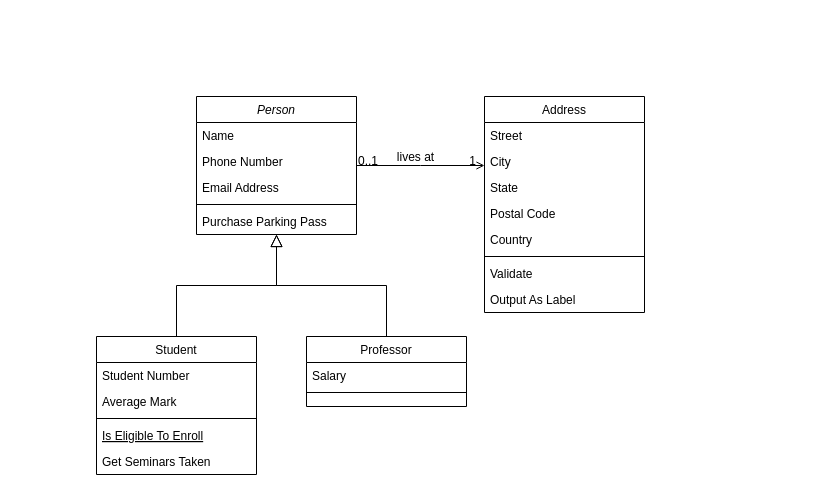
This is Class.drawio from HoHong123/MBS_MFF, a draw.io file, before an edit. Source tidied: cells renumbered, new cells numbered last; positions are measured from the earlier drawing's top-left corner, leaving out a move shared by most shapes. Both pictures are drawn from the tidied source at 100%, with x=0, y=0 at pixel (96, 96).
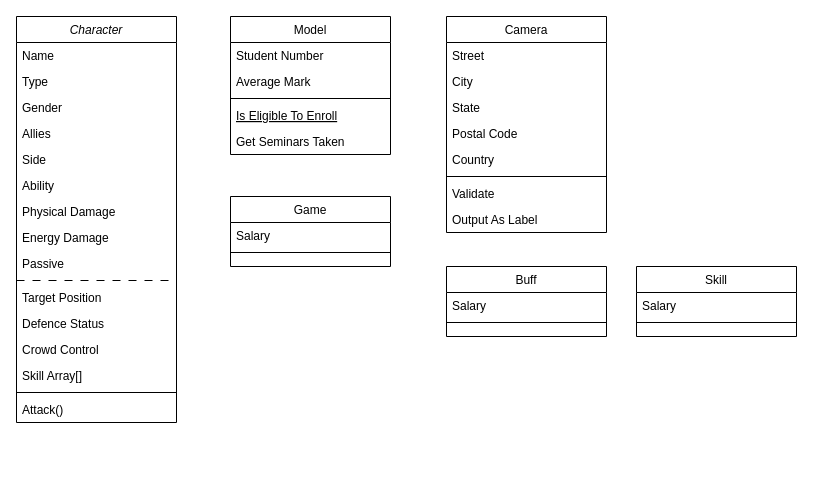
Above is the later version.

Change to the diagram source:
```diff
@@
-    <mxCell id="2" value="Person" style="swimlane;fontStyle=2;align=center;verticalAlign=top;horizontal=1;startSize=26;rounded=0;shadow=0;strokeWidth=1;" parent="1" vertex="1">
-      <mxGeometry x="100" width="160" height="138" as="geometry" />
+    <mxCell id="2" value="Character" style="swimlane;fontStyle=2;align=center;verticalAlign=top;horizontal=1;startSize=26;rounded=0;shadow=0;strokeWidth=1;" parent="1" vertex="1">
+      <mxGeometry x="-80" y="-80" width="160" height="406" as="geometry" />
     </mxCell>
@@
-    <mxCell id="4" value="Phone Number" style="text;align=left;verticalAlign=top;spacingLeft=4;spacingRight=4;overflow=hidden;rounded=0;shadow=0;html=0;" parent="2" vertex="1">
+    <mxCell id="4" value="Type" style="text;align=left;verticalAlign=top;spacingLeft=4;spacingRight=4;overflow=hidden;rounded=0;shadow=0;html=0;" parent="2" vertex="1">
       <mxGeometry y="52" width="160" height="26" as="geometry" />
     </mxCell>
-    <mxCell id="5" value="Email Address" style="text;align=left;verticalAlign=top;spacingLeft=4;spacingRight=4;overflow=hidden;rounded=0;shadow=0;html=0;" parent="2" vertex="1">
-      <mxGeometry y="78" width="160" height="26" as="geometry" />
-    </mxCell>
+    <mxCell id="32" value="Gender" style="text;align=left;verticalAlign=top;spacingLeft=4;spacingRight=4;overflow=hidden;rounded=0;shadow=0;html=0;" parent="2" vertex="1">
+      <mxGeometry y="78" width="160" height="26" as="geometry" />
+    </mxCell>
+    <mxCell id="33" value="Allies" style="text;align=left;verticalAlign=top;spacingLeft=4;spacingRight=4;overflow=hidden;rounded=0;shadow=0;html=0;" parent="2" vertex="1">
+      <mxGeometry y="104" width="160" height="26" as="geometry" />
+    </mxCell>
+    <mxCell id="34" value="Side" style="text;align=left;verticalAlign=top;spacingLeft=4;spacingRight=4;overflow=hidden;rounded=0;shadow=0;html=0;" parent="2" vertex="1">
+      <mxGeometry y="130" width="160" height="26" as="geometry" />
+    </mxCell>
+    <mxCell id="35" value="Ability" style="text;align=left;verticalAlign=top;spacingLeft=4;spacingRight=4;overflow=hidden;rounded=0;shadow=0;html=0;" parent="2" vertex="1">
+      <mxGeometry y="156" width="160" height="26" as="geometry" />
+    </mxCell>
+    <mxCell id="36" value="Physical Damage" style="text;align=left;verticalAlign=top;spacingLeft=4;spacingRight=4;overflow=hidden;" parent="2" vertex="1">
+      <mxGeometry y="182" width="160" height="26" as="geometry" />
+    </mxCell>
+    <mxCell id="37" value="Energy Damage" style="text;align=left;verticalAlign=top;spacingLeft=4;spacingRight=4;overflow=hidden;rounded=0;shadow=0;html=0;" parent="2" vertex="1">
+      <mxGeometry y="208" width="160" height="26" as="geometry" />
+    </mxCell>
+    <mxCell id="38" value="Passive" style="text;align=left;verticalAlign=top;spacingLeft=4;spacingRight=4;overflow=hidden;rounded=0;shadow=0;html=0;" parent="2" vertex="1">
+      <mxGeometry y="234" width="160" height="26" as="geometry" />
+    </mxCell>
-    <mxCell id="6" style="line;html=1;strokeWidth=1;align=left;verticalAlign=middle;spacingTop=-1;spacingLeft=3;spacingRight=3;labelPosition=right;" parent="2" vertex="1">
-      <mxGeometry y="104" width="160" height="8" as="geometry" />
+    <mxCell id="6" style="line;html=1;strokeWidth=1;align=left;verticalAlign=middle;spacingTop=-1;spacingLeft=3;spacingRight=3;labelPosition=right;dashed=1;dashPattern=8 8;" parent="2" vertex="1">
+      <mxGeometry y="260" width="160" height="8" as="geometry" />
     </mxCell>
-    <mxCell id="7" value="Purchase Parking Pass" style="text;align=left;verticalAlign=top;spacingLeft=4;spacingRight=4;overflow=hidden;" parent="2" vertex="1">
-      <mxGeometry y="112" width="160" height="26" as="geometry" />
-    </mxCell>
+    <mxCell id="39" value="Target Position" style="text;align=left;verticalAlign=top;spacingLeft=4;spacingRight=4;overflow=hidden;rounded=0;shadow=0;html=0;" parent="2" vertex="1">
+      <mxGeometry y="268" width="160" height="26" as="geometry" />
+    </mxCell>
+    <mxCell id="40" value="Defence Status" style="text;align=left;verticalAlign=top;spacingLeft=4;spacingRight=4;overflow=hidden;rounded=0;shadow=0;html=0;" parent="2" vertex="1">
+      <mxGeometry y="294" width="160" height="26" as="geometry" />
+    </mxCell>
+    <mxCell id="41" value="Crowd Control" style="text;align=left;verticalAlign=top;spacingLeft=4;spacingRight=4;overflow=hidden;" parent="2" vertex="1">
+      <mxGeometry y="320" width="160" height="26" as="geometry" />
+    </mxCell>
+    <mxCell id="42" value="Skill Array[]" style="text;align=left;verticalAlign=top;spacingLeft=4;spacingRight=4;overflow=hidden;rounded=0;shadow=0;html=0;" parent="2" vertex="1">
+      <mxGeometry y="346" width="160" height="26" as="geometry" />
+    </mxCell>
+    <mxCell id="43" style="line;html=1;strokeWidth=1;align=left;verticalAlign=middle;spacingTop=-1;spacingLeft=3;spacingRight=3;labelPosition=right;" parent="2" vertex="1">
+      <mxGeometry y="372" width="160" height="8" as="geometry" />
+    </mxCell>
+    <mxCell id="44" value="Attack()" style="text;align=left;verticalAlign=top;spacingLeft=4;spacingRight=4;overflow=hidden;rounded=0;shadow=0;html=0;" parent="2" vertex="1">
+      <mxGeometry y="380" width="160" height="26" as="geometry" />
+    </mxCell>
-    <mxCell id="8" value="Student" style="swimlane;fontStyle=0;align=center;verticalAlign=top;horizontal=1;startSize=26;rounded=0;shadow=0;strokeWidth=1;" parent="1" vertex="1">
-      <mxGeometry y="240" width="160" height="138" as="geometry" />
+    <mxCell id="8" value="Model" style="swimlane;fontStyle=0;align=center;verticalAlign=top;horizontal=1;startSize=26;rounded=0;shadow=0;strokeWidth=1;" parent="1" vertex="1">
+      <mxGeometry x="134" y="-80" width="160" height="138" as="geometry" />
     </mxCell>
@@
-    <mxCell id="14" style="endArrow=block;endSize=10;endFill=0;shadow=0;strokeWidth=1;rounded=0;edgeStyle=elbowEdgeStyle;elbow=vertical;" parent="1" edge="1" source="8" target="2">
-      <mxGeometry relative="1" as="geometry" />
-    </mxCell>
-    <mxCell id="15" value="Professor" style="swimlane;fontStyle=0;align=center;verticalAlign=top;horizontal=1;startSize=26;rounded=0;shadow=0;strokeWidth=1;" parent="1" vertex="1">
-      <mxGeometry x="210" y="240" width="160" height="70" as="geometry" />
+    <mxCell id="15" value="Game" style="swimlane;fontStyle=0;align=center;verticalAlign=top;horizontal=1;startSize=26;rounded=0;shadow=0;strokeWidth=1;" parent="1" vertex="1">
+      <mxGeometry x="134" y="100" width="160" height="70" as="geometry" />
     </mxCell>
@@
-    <mxCell id="18" style="endArrow=block;endSize=10;endFill=0;shadow=0;strokeWidth=1;rounded=0;edgeStyle=elbowEdgeStyle;elbow=vertical;" parent="1" edge="1" source="15" target="2">
-      <mxGeometry relative="1" as="geometry" />
-    </mxCell>
-    <mxCell id="19" value="Address" style="swimlane;fontStyle=0;align=center;verticalAlign=top;horizontal=1;startSize=26;rounded=0;shadow=0;strokeWidth=1;" parent="1" vertex="1">
-      <mxGeometry x="388" width="160" height="216" as="geometry" />
+    <mxCell id="19" value="Camera" style="swimlane;fontStyle=0;align=center;verticalAlign=top;horizontal=1;startSize=26;rounded=0;shadow=0;strokeWidth=1;" parent="1" vertex="1">
+      <mxGeometry x="350" y="-80" width="160" height="216" as="geometry" />
     </mxCell>
@@
-    <mxCell id="28" style="endArrow=open;shadow=0;strokeWidth=1;rounded=0;endFill=1;edgeStyle=elbowEdgeStyle;elbow=vertical;" parent="1" edge="1" source="2" target="19">
-      <mxGeometry x="0.5" y="41" relative="1" as="geometry">
-        <mxPoint x="-40" y="32" as="offset" />
-      </mxGeometry>
-    </mxCell>
-    <mxCell id="29" value="0..1" style="align=left;verticalAlign=bottom;labelBackgroundColor=none;fontSize=12;" parent="28" vertex="1">
-      <mxGeometry x="-1" relative="1" as="geometry">
-        <mxPoint y="4" as="offset" />
-      </mxGeometry>
-    </mxCell>
-    <mxCell id="30" value="1" style="align=right;verticalAlign=bottom;labelBackgroundColor=none;fontSize=12;" parent="28" vertex="1">
-      <mxGeometry x="1" relative="1" as="geometry">
-        <mxPoint x="-7" y="4" as="offset" />
-      </mxGeometry>
-    </mxCell>
-    <mxCell id="31" value="lives at" style="text;html=1;align=center;verticalAlign=middle;labelBackgroundColor=none;rounded=0;shadow=0;strokeWidth=1;fontSize=12;" parent="28" vertex="1">
-      <mxGeometry x="0.5" y="49" relative="1" as="geometry">
-        <mxPoint x="-38" y="40" as="offset" />
-      </mxGeometry>
-    </mxCell>
+    <mxCell id="45" value="Buff" style="swimlane;fontStyle=0;align=center;verticalAlign=top;horizontal=1;startSize=26;rounded=0;shadow=0;strokeWidth=1;" parent="1" vertex="1">
+      <mxGeometry x="350" y="170" width="160" height="70" as="geometry" />
+    </mxCell>
+    <mxCell id="46" value="Salary" style="text;align=left;verticalAlign=top;spacingLeft=4;spacingRight=4;overflow=hidden;" parent="45" vertex="1">
+      <mxGeometry y="26" width="160" height="26" as="geometry" />
+    </mxCell>
+    <mxCell id="47" style="line;html=1;strokeWidth=1;align=left;verticalAlign=middle;spacingTop=-1;spacingLeft=3;spacingRight=3;labelPosition=right;" parent="45" vertex="1">
+      <mxGeometry y="52" width="160" height="8" as="geometry" />
+    </mxCell>
+    <mxCell id="48" value="Skill" style="swimlane;fontStyle=0;align=center;verticalAlign=top;horizontal=1;startSize=26;rounded=0;shadow=0;strokeWidth=1;" parent="1" vertex="1">
+      <mxGeometry x="540" y="170" width="160" height="70" as="geometry" />
+    </mxCell>
+    <mxCell id="49" value="Salary" style="text;align=left;verticalAlign=top;spacingLeft=4;spacingRight=4;overflow=hidden;" parent="48" vertex="1">
+      <mxGeometry y="26" width="160" height="26" as="geometry" />
+    </mxCell>
+    <mxCell id="50" style="line;html=1;strokeWidth=1;align=left;verticalAlign=middle;spacingTop=-1;spacingLeft=3;spacingRight=3;labelPosition=right;" parent="48" vertex="1">
+      <mxGeometry y="52" width="160" height="8" as="geometry" />
+    </mxCell>
```
